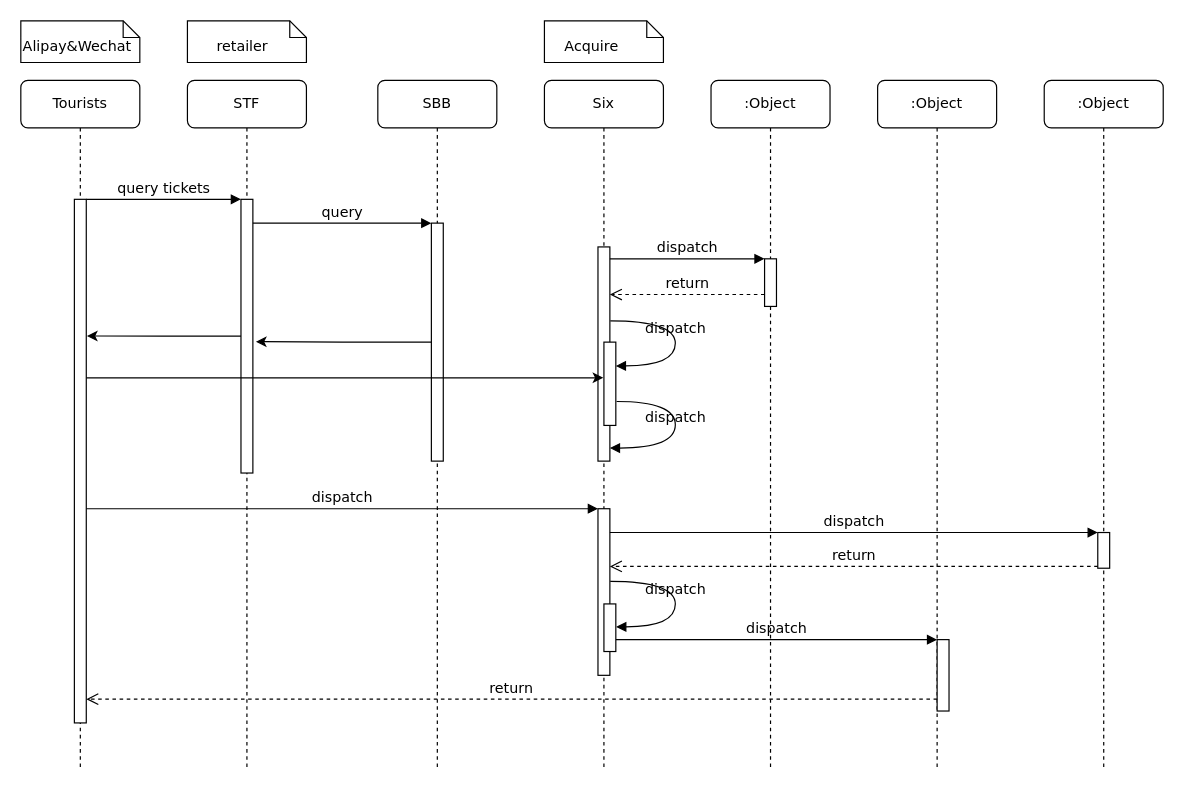
Before: Untitled Diagram.drawio in shidh/drawio, a draw.io diagram. Source tidied: cells renumbered, new cells numbered last; positions are measured from the earlier drawing's top-left corner, leaving out a move shared by most shapes. Both pictures are drawn from the tidied source at 119%, with x=0, y=0 at pixel (20, 20).
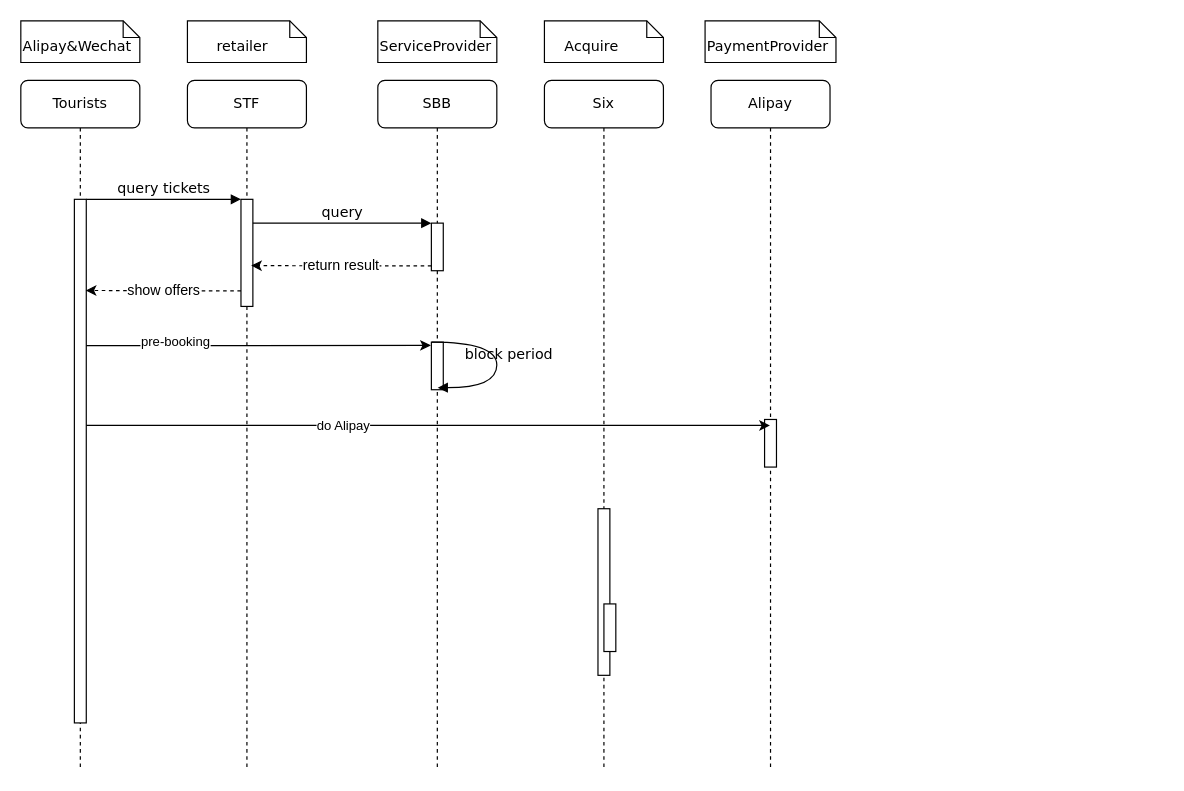
Above is the later version.

The change refers to these unchanged cells:
```xml
<mxCell id="2" value="STF" style="shape=umlLifeline;perimeter=lifelinePerimeter;whiteSpace=wrap;html=1;rounded=1;shadow=0;comic=0;labelBackgroundColor=none;strokeWidth=1;fontFamily=Verdana;fontSize=12;align=center;" parent="1" vertex="1">
  <mxGeometry x="140" y="50" width="100" height="580" as="geometry" />
</mxCell>
<mxCell id="4" value="SBB" style="shape=umlLifeline;perimeter=lifelinePerimeter;whiteSpace=wrap;html=1;rounded=1;shadow=0;comic=0;labelBackgroundColor=none;strokeWidth=1;fontFamily=Verdana;fontSize=12;align=center;" parent="1" vertex="1">
  <mxGeometry x="300" y="50" width="100" height="580" as="geometry" />
</mxCell>
<mxCell id="6" value="Six" style="shape=umlLifeline;perimeter=lifelinePerimeter;whiteSpace=wrap;html=1;outlineConnect=0;rounded=1;shadow=0;comic=0;labelBackgroundColor=none;strokeWidth=1;fontFamily=Verdana;fontSize=12;align=center;" parent="1" vertex="1">
  <mxGeometry x="440" y="50" width="100" height="580" as="geometry" />
</mxCell>
<mxCell id="11" style="html=1;points=[];perimeter=orthogonalPerimeter;rounded=0;shadow=0;comic=0;labelBackgroundColor=none;strokeWidth=1;fontFamily=Verdana;fontSize=12;align=center;" parent="10" vertex="1">
  <mxGeometry x="45" y="100" width="10" height="440" as="geometry" />
</mxCell>
<mxCell id="16" style="html=1;points=[];perimeter=orthogonalPerimeter;rounded=0;shadow=0;comic=0;labelBackgroundColor=none;strokeWidth=1;fontFamily=Verdana;fontSize=12;align=center;" parent="1" vertex="1">
  <mxGeometry x="485" y="410" width="10" height="140" as="geometry" />
</mxCell>
<mxCell id="29" style="html=1;points=[];perimeter=orthogonalPerimeter;rounded=0;shadow=0;comic=0;labelBackgroundColor=none;strokeWidth=1;fontFamily=Verdana;fontSize=12;align=center;" parent="1" vertex="1">
  <mxGeometry x="490" y="490" width="10" height="40" as="geometry" />
</mxCell>
```

Change to the diagram source:
```diff
@@
     <mxCell id="3" style="html=1;points=[];perimeter=orthogonalPerimeter;rounded=0;shadow=0;comic=0;labelBackgroundColor=none;strokeWidth=1;fontFamily=Verdana;fontSize=12;align=center;" parent="2" vertex="1">
-      <mxGeometry x="45" y="100" width="10" height="230" as="geometry" />
+      <mxGeometry x="45" y="100" width="10" height="90" as="geometry" />
     </mxCell>
@@
     <mxCell id="5" style="html=1;points=[];perimeter=orthogonalPerimeter;rounded=0;shadow=0;comic=0;labelBackgroundColor=none;strokeWidth=1;fontFamily=Verdana;fontSize=12;align=center;" parent="4" vertex="1">
-      <mxGeometry x="45" y="120" width="10" height="200" as="geometry" />
+      <mxGeometry x="45" y="120" width="10" height="40" as="geometry" />
     </mxCell>
+    <mxCell id="37" style="html=1;points=[];perimeter=orthogonalPerimeter;rounded=0;shadow=0;comic=0;labelBackgroundColor=none;strokeWidth=1;fontFamily=Verdana;fontSize=12;align=center;" parent="4" vertex="1">
+      <mxGeometry x="45" y="220" width="10" height="40" as="geometry" />
+    </mxCell>
@@
-    <mxCell id="7" value=":Object" style="shape=umlLifeline;perimeter=lifelinePerimeter;whiteSpace=wrap;html=1;outlineConnect=0;rounded=1;shadow=0;comic=0;labelBackgroundColor=none;strokeWidth=1;fontFamily=Verdana;fontSize=12;align=center;" parent="1" vertex="1">
+    <mxCell id="7" value="Alipay" style="shape=umlLifeline;perimeter=lifelinePerimeter;whiteSpace=wrap;html=1;outlineConnect=0;rounded=1;shadow=0;comic=0;labelBackgroundColor=none;strokeWidth=1;fontFamily=Verdana;fontSize=12;align=center;" parent="1" vertex="1">
       <mxGeometry x="580" y="50" width="100" height="580" as="geometry" />
     </mxCell>
-    <mxCell id="8" value=":Object" style="shape=umlLifeline;perimeter=lifelinePerimeter;whiteSpace=wrap;html=1;rounded=1;shadow=0;comic=0;labelBackgroundColor=none;strokeWidth=1;fontFamily=Verdana;fontSize=12;align=center;" parent="1" vertex="1">
-      <mxGeometry x="720" y="50" width="100" height="580" as="geometry" />
-    </mxCell>
-    <mxCell id="9" value=":Object" style="shape=umlLifeline;perimeter=lifelinePerimeter;whiteSpace=wrap;html=1;rounded=1;shadow=0;comic=0;labelBackgroundColor=none;strokeWidth=1;fontFamily=Verdana;fontSize=12;align=center;" parent="1" vertex="1">
-      <mxGeometry x="860" y="50" width="100" height="580" as="geometry" />
-    </mxCell>
+    <mxCell id="13" style="html=1;points=[];perimeter=orthogonalPerimeter;rounded=0;shadow=0;comic=0;labelBackgroundColor=none;strokeWidth=1;fontFamily=Verdana;fontSize=12;align=center;" parent="7" vertex="1">
+      <mxGeometry x="45" y="285" width="10" height="40" as="geometry" />
+    </mxCell>
@@
-    <mxCell id="12" style="html=1;points=[];perimeter=orthogonalPerimeter;rounded=0;shadow=0;comic=0;labelBackgroundColor=none;strokeWidth=1;fontFamily=Verdana;fontSize=12;align=center;" parent="1" vertex="1">
-      <mxGeometry x="485" y="190" width="10" height="180" as="geometry" />
-    </mxCell>
-    <mxCell id="13" style="html=1;points=[];perimeter=orthogonalPerimeter;rounded=0;shadow=0;comic=0;labelBackgroundColor=none;strokeWidth=1;fontFamily=Verdana;fontSize=12;align=center;" parent="1" vertex="1">
-      <mxGeometry x="625" y="200" width="10" height="40" as="geometry" />
-    </mxCell>
-    <mxCell id="14" value="dispatch" style="html=1;verticalAlign=bottom;endArrow=block;entryX=0;entryY=0;labelBackgroundColor=none;fontFamily=Verdana;fontSize=12;edgeStyle=elbowEdgeStyle;elbow=vertical;" parent="1" edge="1" source="12" target="13">
-      <mxGeometry relative="1" as="geometry" />
-    </mxCell>
-    <mxCell id="15" value="return" style="html=1;verticalAlign=bottom;endArrow=open;dashed=1;endSize=8;labelBackgroundColor=none;fontFamily=Verdana;fontSize=12;edgeStyle=elbowEdgeStyle;elbow=vertical;" parent="1" edge="1" source="13" target="12">
-      <mxGeometry relative="1" as="geometry">
-        <Array as="points">
-          <mxPoint x="570" y="230" />
-          <mxPoint x="600" y="230" />
-        </Array>
-      </mxGeometry>
-    </mxCell>
@@
-    <mxCell id="17" value="dispatch" style="html=1;verticalAlign=bottom;endArrow=block;entryX=0;entryY=0;labelBackgroundColor=none;fontFamily=Verdana;fontSize=12;" parent="1" edge="1" source="11" target="16">
-      <mxGeometry relative="1" as="geometry" />
-    </mxCell>
-    <mxCell id="18" style="html=1;points=[];perimeter=orthogonalPerimeter;rounded=0;shadow=0;comic=0;labelBackgroundColor=none;strokeColor=#000000;strokeWidth=1;fillColor=#FFFFFF;fontFamily=Verdana;fontSize=12;fontColor=#000000;align=center;" parent="1" vertex="1">
-      <mxGeometry x="905" y="430" width="10" height="30" as="geometry" />
-    </mxCell>
-    <mxCell id="19" value="dispatch" style="html=1;verticalAlign=bottom;endArrow=block;entryX=0;entryY=0;labelBackgroundColor=none;fontFamily=Verdana;fontSize=12;" parent="1" edge="1" source="16" target="18">
-      <mxGeometry relative="1" as="geometry" />
-    </mxCell>
-    <mxCell id="20" value="return" style="html=1;verticalAlign=bottom;endArrow=open;dashed=1;endSize=8;exitX=0;exitY=0.95;labelBackgroundColor=none;fontFamily=Verdana;fontSize=12;" parent="1" edge="1" source="18" target="16">
-      <mxGeometry relative="1" as="geometry" />
-    </mxCell>
-    <mxCell id="21" style="html=1;points=[];perimeter=orthogonalPerimeter;rounded=0;shadow=0;comic=0;labelBackgroundColor=none;strokeWidth=1;fontFamily=Verdana;fontSize=12;align=center;" parent="1" vertex="1">
-      <mxGeometry x="770" y="520" width="10" height="60" as="geometry" />
-    </mxCell>
-    <mxCell id="22" value="dispatch" style="html=1;verticalAlign=bottom;endArrow=block;entryX=0;entryY=0;labelBackgroundColor=none;fontFamily=Verdana;fontSize=12;edgeStyle=elbowEdgeStyle;elbow=vertical;" parent="1" edge="1" source="29" target="21">
-      <mxGeometry relative="1" as="geometry" />
-    </mxCell>
-    <mxCell id="23" value="return" style="html=1;verticalAlign=bottom;endArrow=open;dashed=1;endSize=8;labelBackgroundColor=none;fontFamily=Verdana;fontSize=12;edgeStyle=elbowEdgeStyle;elbow=vertical;" parent="1" edge="1" source="21" target="11">
-      <mxGeometry relative="1" as="geometry">
-        <Array as="points">
-          <mxPoint x="470" y="570" />
-        </Array>
-      </mxGeometry>
-    </mxCell>
@@
-    <mxCell id="26" style="html=1;points=[];perimeter=orthogonalPerimeter;rounded=0;shadow=0;comic=0;labelBackgroundColor=none;strokeWidth=1;fontFamily=Verdana;fontSize=12;align=center;" parent="1" vertex="1">
-      <mxGeometry x="490" y="270" width="10" height="70" as="geometry" />
-    </mxCell>
-    <mxCell id="27" value="dispatch" style="html=1;verticalAlign=bottom;endArrow=block;labelBackgroundColor=none;fontFamily=Verdana;fontSize=12;elbow=vertical;edgeStyle=orthogonalEdgeStyle;curved=1;entryX=1;entryY=0.286;entryPerimeter=0;exitX=1.038;exitY=0.345;exitPerimeter=0;" parent="1" edge="1" source="12" target="26">
-      <mxGeometry relative="1" as="geometry">
-        <Array as="points">
-          <mxPoint x="550" y="252" />
-          <mxPoint x="550" y="290" />
-        </Array>
-      </mxGeometry>
-    </mxCell>
-    <mxCell id="28" value="dispatch" style="html=1;verticalAlign=bottom;endArrow=block;labelBackgroundColor=none;fontFamily=Verdana;fontSize=12;elbow=vertical;edgeStyle=orthogonalEdgeStyle;curved=1;exitX=1.066;exitY=0.713;exitPerimeter=0;" parent="1" edge="1" source="26">
-      <mxGeometry relative="1" as="geometry">
-        <mxPoint x="495" y="359" as="targetPoint" />
-        <Array as="points">
-          <mxPoint x="550" y="320" />
-          <mxPoint x="550" y="359" />
-        </Array>
-      </mxGeometry>
-    </mxCell>
@@
-    <mxCell id="30" value="dispatch" style="html=1;verticalAlign=bottom;endArrow=block;labelBackgroundColor=none;fontFamily=Verdana;fontSize=12;elbow=vertical;edgeStyle=orthogonalEdgeStyle;curved=1;entryX=1;entryY=0.286;entryPerimeter=0;exitX=1.038;exitY=0.345;exitPerimeter=0;" parent="1" edge="1">
-      <mxGeometry relative="1" as="geometry">
-        <mxPoint x="495.3" y="471" as="sourcePoint" />
-        <mxPoint x="500.3" y="509.3" as="targetPoint" />
-        <Array as="points">
-          <mxPoint x="550" y="471" />
-          <mxPoint x="550" y="509" />
-        </Array>
-      </mxGeometry>
-    </mxCell>
@@
-    <mxCell id="34" style="edgeStyle=orthogonalEdgeStyle;rounded=0;jettySize=auto;html=1;" parent="1" edge="1" source="11" target="6">
-      <mxGeometry relative="1" as="geometry">
-        <Array as="points">
-          <mxPoint x="360" y="300" />
-          <mxPoint x="360" y="300" />
-        </Array>
-      </mxGeometry>
-    </mxCell>
+    <mxCell id="36" value="&lt;font style=&quot;font-size: 12px&quot;&gt;show offers&lt;/font&gt;" style="edgeStyle=orthogonalEdgeStyle;rounded=0;jettySize=auto;html=1;entryX=0.955;entryY=0.174;entryDx=0;entryDy=0;entryPerimeter=0;dashed=1;" parent="1" edge="1" source="3" target="11">
+      <mxGeometry relative="1" as="geometry">
+        <Array as="points">
+          <mxPoint x="150" y="227" />
+          <mxPoint x="150" y="227" />
+        </Array>
+      </mxGeometry>
+    </mxCell>
+    <mxCell id="38" value="&lt;br&gt;ServiceProvider" style="shape=note;whiteSpace=wrap;html=1;size=14;verticalAlign=top;align=left;spacingTop=-6;rounded=0;shadow=0;comic=0;labelBackgroundColor=none;strokeWidth=1;fontFamily=Verdana;fontSize=12;" parent="1" vertex="1">
+      <mxGeometry x="300" width="100" height="35" as="geometry" />
+    </mxCell>
+    <mxCell id="39" value="&amp;nbsp; &amp;nbsp; PaymentProvider" style="shape=note;whiteSpace=wrap;html=1;size=14;verticalAlign=top;align=left;spacingTop=-6;rounded=0;shadow=0;comic=0;labelBackgroundColor=none;strokeWidth=1;fontFamily=Verdana;fontSize=12;" parent="1" vertex="1">
+      <mxGeometry x="575" width="110" height="35" as="geometry" />
+    </mxCell>
+    <mxCell id="40" style="edgeStyle=orthogonalEdgeStyle;rounded=0;jettySize=auto;html=1;entryX=-0.045;entryY=0.068;entryDx=0;entryDy=0;entryPerimeter=0;" parent="1" edge="1" source="11" target="37">
+      <mxGeometry relative="1" as="geometry">
+        <Array as="points">
+          <mxPoint x="140" y="273" />
+          <mxPoint x="140" y="273" />
+        </Array>
+      </mxGeometry>
+    </mxCell>
+    <mxCell id="41" value="pre-booking" style="edgeLabel;html=1;align=center;verticalAlign=middle;" parent="40" vertex="1">
+      <mxGeometry x="-0.27" relative="1" as="geometry">
+        <mxPoint x="-31" y="-3" as="offset" />
+      </mxGeometry>
+    </mxCell>
+    <mxCell id="42" value="block period" style="html=1;verticalAlign=bottom;endArrow=block;labelBackgroundColor=none;fontFamily=Verdana;fontSize=12;elbow=vertical;edgeStyle=orthogonalEdgeStyle;curved=1;entryX=1;entryY=0.286;entryPerimeter=0;exitX=1.038;exitY=0.345;exitPerimeter=0;" parent="1" edge="1">
+      <mxGeometry x="0.05" y="10" relative="1" as="geometry">
+        <mxPoint x="345.3" y="270" as="sourcePoint" />
+        <mxPoint x="350.3" y="308.3" as="targetPoint" />
+        <Array as="points">
+          <mxPoint x="400" y="270" />
+          <mxPoint x="400" y="308" />
+        </Array>
+      </mxGeometry>
+    </mxCell>
+    <mxCell id="43" value="do Alipay" style="edgeStyle=orthogonalEdgeStyle;rounded=0;jettySize=auto;html=1;" parent="1" edge="1" source="11" target="7">
+      <mxGeometry x="-0.18" y="-20" relative="1" as="geometry">
+        <Array as="points">
+          <mxPoint x="290" y="340" />
+          <mxPoint x="290" y="340" />
+        </Array>
+        <mxPoint x="-20" y="-20" as="offset" />
+      </mxGeometry>
+    </mxCell>
-    <mxCell id="35" style="edgeStyle=orthogonalEdgeStyle;rounded=0;jettySize=auto;html=1;entryX=1.255;entryY=0.52;entryDx=0;entryDy=0;entryPerimeter=0;" parent="1" edge="1" source="5" target="3">
-      <mxGeometry relative="1" as="geometry" />
+    <mxCell id="35" value="&lt;span style=&quot;font-size: 12px&quot;&gt;return result&lt;/span&gt;" style="edgeStyle=orthogonalEdgeStyle;rounded=0;jettySize=auto;html=1;entryX=0.855;entryY=0.619;entryDx=0;entryDy=0;entryPerimeter=0;dashed=1;" parent="1" edge="1" source="5" target="3">
+      <mxGeometry relative="1" as="geometry">
+        <Array as="points">
+          <mxPoint x="310" y="206" />
+          <mxPoint x="310" y="206" />
+        </Array>
+      </mxGeometry>
     </mxCell>
-    <mxCell id="36" style="edgeStyle=orthogonalEdgeStyle;rounded=0;jettySize=auto;html=1;entryX=1.055;entryY=0.261;entryDx=0;entryDy=0;entryPerimeter=0;" parent="1" edge="1" source="3" target="11">
-      <mxGeometry relative="1" as="geometry" />
-    </mxCell>
```
